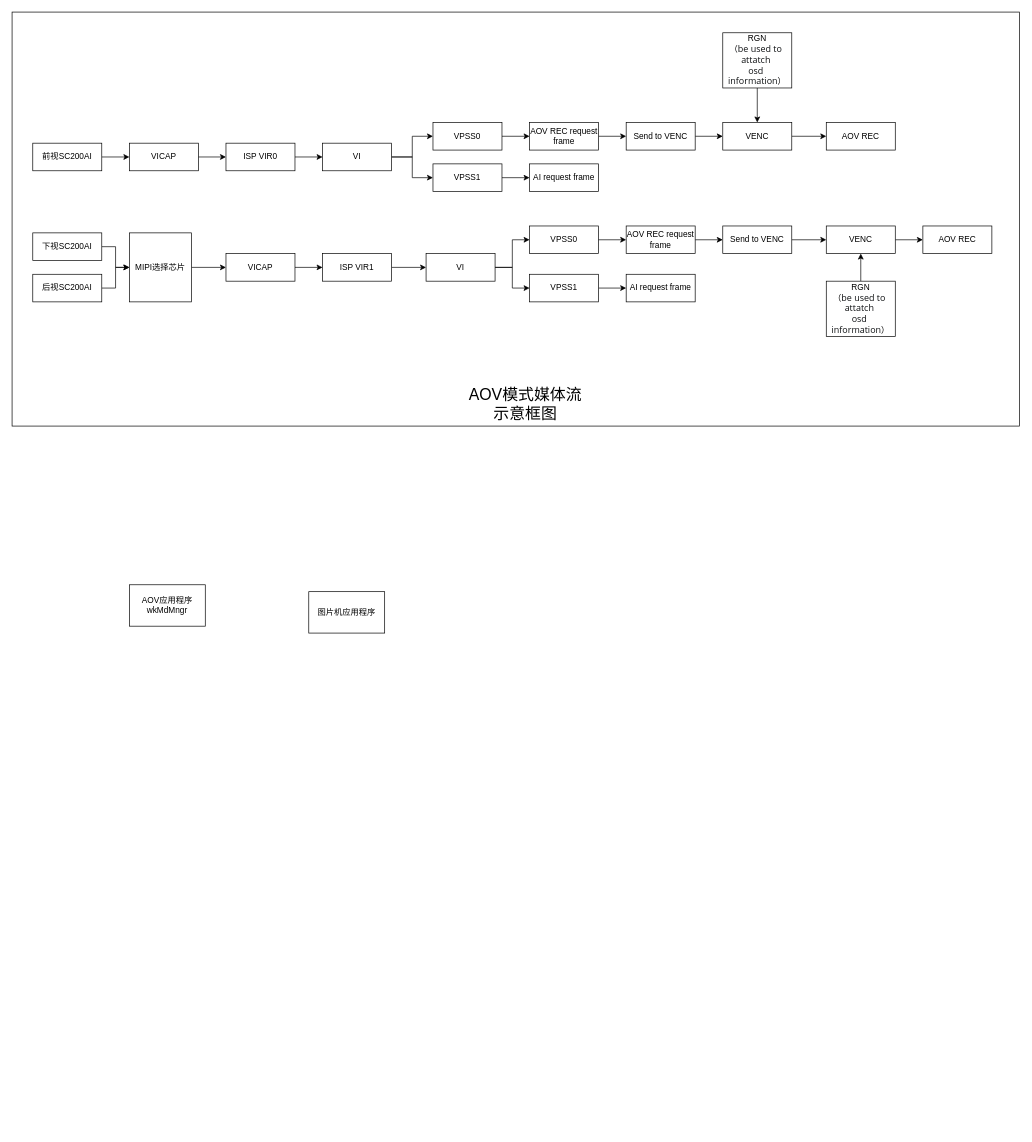
Above: 未命名绘图.drawio in WilliamChenGitHub/drawio (draw.io), before the change. Source tidied: cells renumbered, new cells numbered last; positions are measured from the earlier drawing's top-left corner, leaving out a move shared by most shapes. Both pictures are drawn from the tidied source at 69%, with x=0, y=0 at pixel (12, 12).
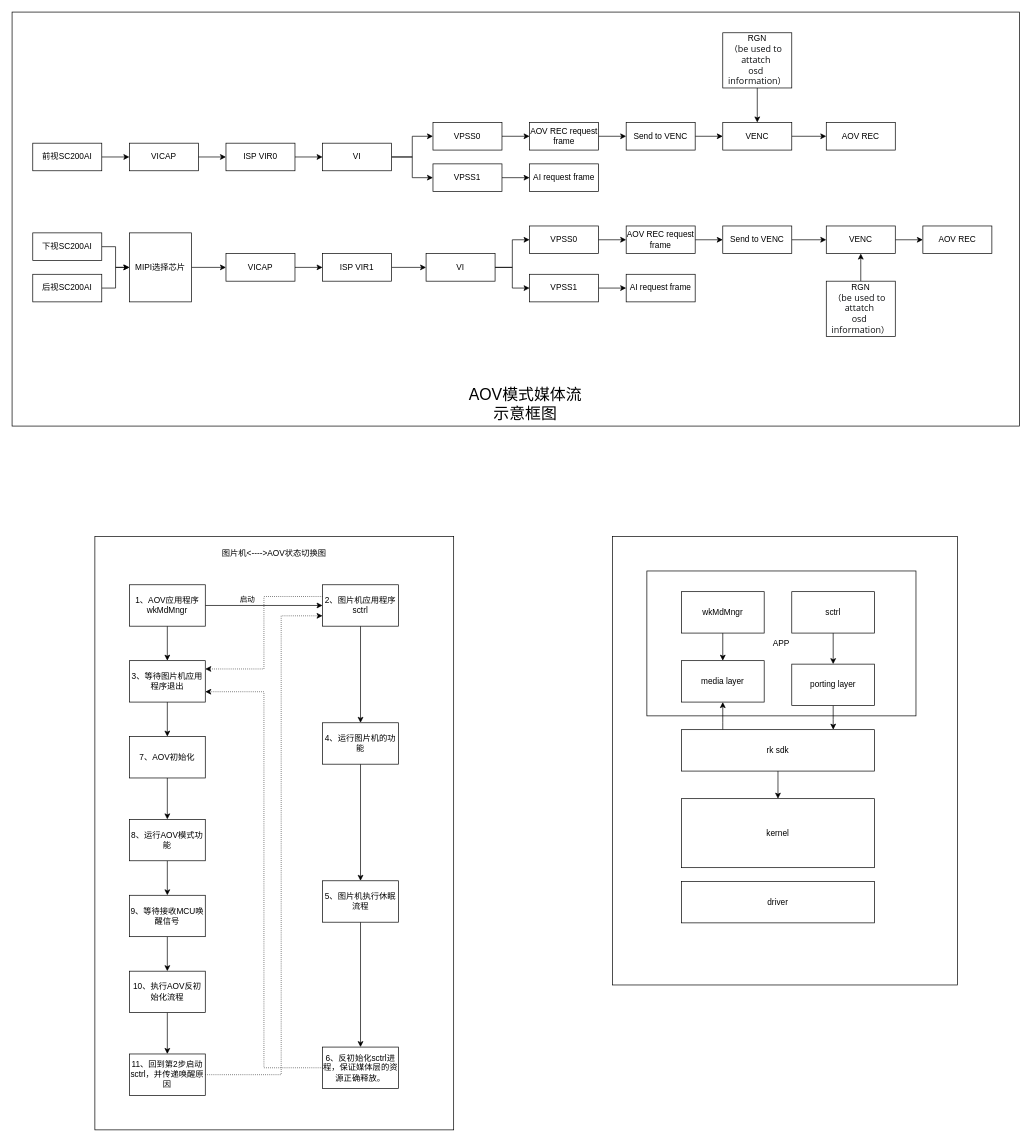
After the change.

Commit message:
更新未命名绘图.drawio

Change to the diagram source:
```diff
@@
+    <mxCell id="56" style="rounded=0;whiteSpace=wrap;html=1;" parent="1" vertex="1">
+      <mxGeometry x="870" y="760" width="500" height="650" as="geometry" />
+    </mxCell>
+    <mxCell id="57" value="APP" style="rounded=0;whiteSpace=wrap;html=1;" parent="1" vertex="1">
+      <mxGeometry x="920" y="810" width="390" height="210" as="geometry" />
+    </mxCell>
+    <mxCell id="58" style="rounded=0;whiteSpace=wrap;html=1;" parent="1" vertex="1">
+      <mxGeometry x="120" y="760" width="520" height="860" as="geometry" />
+    </mxCell>
@@
+    <mxCell id="59" style="edgeStyle=orthogonalEdgeStyle;rounded=0;jettySize=auto;html=1;" parent="1" edge="1" source="54" target="67">
+      <mxGeometry relative="1" as="geometry" />
+    </mxCell>
+    <mxCell id="60" style="edgeStyle=orthogonalEdgeStyle;rounded=0;orthogonalLoop=1;jettySize=auto;html=1;entryX=1;entryY=0.25;entryDx=0;entryDy=0;dashed=1;dashPattern=1 2;" parent="1" edge="1">
+      <mxGeometry relative="1" as="geometry">
+        <mxPoint x="450" y="847" as="sourcePoint" />
+        <mxPoint x="280" y="952" as="targetPoint" />
+        <Array as="points">
+          <mxPoint x="365" y="847" />
+          <mxPoint x="365" y="952" />
+        </Array>
+      </mxGeometry>
+    </mxCell>
-    <mxCell id="54" value="图片机应用程序" style="rounded=0;whiteSpace=wrap;html=1;" parent="1" vertex="1">
-      <mxGeometry x="430" y="840" width="110" height="60" as="geometry" />
+    <mxCell id="54" value="2、图片机应用程序&lt;div&gt;sctrl&lt;/div&gt;" style="rounded=0;whiteSpace=wrap;html=1;" parent="1" vertex="1">
+      <mxGeometry x="450" y="830" width="110" height="60" as="geometry" />
     </mxCell>
+    <mxCell id="61" style="edgeStyle=orthogonalEdgeStyle;rounded=0;jettySize=auto;html=1;" parent="1" edge="1" source="55" target="65">
+      <mxGeometry relative="1" as="geometry" />
+    </mxCell>
+    <mxCell id="62" style="edgeStyle=orthogonalEdgeStyle;rounded=0;jettySize=auto;html=1;" parent="1" edge="1" source="55" target="54">
+      <mxGeometry relative="1" as="geometry" />
+    </mxCell>
+    <mxCell id="63" value="启动" style="edgeLabel;html=1;align=center;verticalAlign=middle;" parent="62" vertex="1">
+      <mxGeometry x="-0.07" y="1" relative="1" as="geometry">
+        <mxPoint x="-19" y="-9" as="offset" />
+      </mxGeometry>
+    </mxCell>
-    <mxCell id="55" value="AOV应用程序wkMdMngr" style="rounded=0;whiteSpace=wrap;html=1;" parent="1" vertex="1">
+    <mxCell id="55" value="1、AOV应用程序wkMdMngr" style="rounded=0;whiteSpace=wrap;html=1;" parent="1" vertex="1">
       <mxGeometry x="170" y="830" width="110" height="60" as="geometry" />
     </mxCell>
+    <mxCell id="64" style="edgeStyle=orthogonalEdgeStyle;rounded=0;jettySize=auto;html=1;" parent="1" edge="1" source="65" target="73">
+      <mxGeometry relative="1" as="geometry" />
+    </mxCell>
+    <mxCell id="65" value="3、等待图片机应用程序退出" style="rounded=0;whiteSpace=wrap;html=1;" parent="1" vertex="1">
+      <mxGeometry x="170" y="940" width="110" height="60" as="geometry" />
+    </mxCell>
+    <mxCell id="66" style="edgeStyle=orthogonalEdgeStyle;rounded=0;jettySize=auto;html=1;exitX=0.5;exitY=1;exitDx=0;exitDy=0;" parent="1" edge="1" source="67" target="69">
+      <mxGeometry relative="1" as="geometry" />
+    </mxCell>
+    <mxCell id="67" value="4、运行图片机的功能" style="rounded=0;whiteSpace=wrap;html=1;" parent="1" vertex="1">
+      <mxGeometry x="450" y="1030" width="110" height="60" as="geometry" />
+    </mxCell>
+    <mxCell id="68" style="edgeStyle=orthogonalEdgeStyle;rounded=0;jettySize=auto;html=1;" parent="1" edge="1" source="69" target="71">
+      <mxGeometry relative="1" as="geometry" />
+    </mxCell>
+    <mxCell id="69" value="5、图片机执行休眠流程" style="rounded=0;whiteSpace=wrap;html=1;" parent="1" vertex="1">
+      <mxGeometry x="450" y="1259" width="110" height="60" as="geometry" />
+    </mxCell>
+    <mxCell id="70" style="edgeStyle=orthogonalEdgeStyle;rounded=0;jettySize=auto;html=1;entryX=1;entryY=0.75;entryDx=0;entryDy=0;dashed=1;dashPattern=1 2;" parent="1" edge="1" source="71" target="65">
+      <mxGeometry relative="1" as="geometry" />
+    </mxCell>
+    <mxCell id="71" value="6、反初始化sctrl进程，保证媒体层的资源正确释放。" style="rounded=0;whiteSpace=wrap;html=1;" parent="1" vertex="1">
+      <mxGeometry x="450" y="1500" width="110" height="60" as="geometry" />
+    </mxCell>
+    <mxCell id="72" style="edgeStyle=orthogonalEdgeStyle;rounded=0;jettySize=auto;html=1;" parent="1" edge="1" source="73" target="75">
+      <mxGeometry relative="1" as="geometry" />
+    </mxCell>
+    <mxCell id="73" value="7、AOV初始化" style="rounded=0;whiteSpace=wrap;html=1;" parent="1" vertex="1">
+      <mxGeometry x="170" y="1050" width="110" height="60" as="geometry" />
+    </mxCell>
+    <mxCell id="74" style="edgeStyle=orthogonalEdgeStyle;rounded=0;jettySize=auto;html=1;" parent="1" edge="1" source="75" target="77">
+      <mxGeometry relative="1" as="geometry" />
+    </mxCell>
+    <mxCell id="75" value="8、运行AOV模式功能" style="rounded=0;whiteSpace=wrap;html=1;" parent="1" vertex="1">
+      <mxGeometry x="170" y="1170" width="110" height="60" as="geometry" />
+    </mxCell>
+    <mxCell id="76" style="edgeStyle=orthogonalEdgeStyle;rounded=0;jettySize=auto;html=1;" parent="1" edge="1" source="77" target="79">
+      <mxGeometry relative="1" as="geometry" />
+    </mxCell>
+    <mxCell id="77" value="9、等待接收MCU唤醒信号" style="rounded=0;whiteSpace=wrap;html=1;" parent="1" vertex="1">
+      <mxGeometry x="170" y="1280" width="110" height="60" as="geometry" />
+    </mxCell>
+    <mxCell id="78" style="edgeStyle=orthogonalEdgeStyle;rounded=0;jettySize=auto;html=1;" parent="1" edge="1" source="79" target="81">
+      <mxGeometry relative="1" as="geometry" />
+    </mxCell>
+    <mxCell id="79" value="10、执行AOV反初始化流程" style="rounded=0;whiteSpace=wrap;html=1;" parent="1" vertex="1">
+      <mxGeometry x="170" y="1390" width="110" height="60" as="geometry" />
+    </mxCell>
+    <mxCell id="80" style="edgeStyle=orthogonalEdgeStyle;rounded=0;jettySize=auto;html=1;entryX=0;entryY=0.75;entryDx=0;entryDy=0;dashed=1;dashPattern=1 2;" parent="1" edge="1" source="81" target="54">
+      <mxGeometry relative="1" as="geometry">
+        <Array as="points">
+          <mxPoint x="390" y="1540" />
+          <mxPoint x="390" y="875" />
+        </Array>
+      </mxGeometry>
+    </mxCell>
+    <mxCell id="81" value="11、回到第2步启动sctrl，并传递唤醒原因" style="rounded=0;whiteSpace=wrap;html=1;" parent="1" vertex="1">
+      <mxGeometry x="170" y="1510" width="110" height="60" as="geometry" />
+    </mxCell>
+    <mxCell id="82" value="图片机&amp;lt;----&amp;gt;AOV状态切换图" style="text;html=1;align=center;verticalAlign=middle;whiteSpace=wrap;rounded=0;" parent="1" vertex="1">
+      <mxGeometry x="300" y="770" width="160" height="30" as="geometry" />
+    </mxCell>
+    <mxCell id="83" style="edgeStyle=orthogonalEdgeStyle;rounded=0;jettySize=auto;html=1;" parent="1" edge="1" source="84" target="87">
+      <mxGeometry relative="1" as="geometry" />
+    </mxCell>
+    <mxCell id="84" value="wkMdMngr" style="rounded=0;whiteSpace=wrap;html=1;" parent="1" vertex="1">
+      <mxGeometry x="970" y="840" width="120" height="60" as="geometry" />
+    </mxCell>
+    <mxCell id="85" style="edgeStyle=orthogonalEdgeStyle;rounded=0;jettySize=auto;html=1;" parent="1" edge="1" source="86" target="92">
+      <mxGeometry relative="1" as="geometry" />
+    </mxCell>
+    <mxCell id="86" value="sctrl" style="rounded=0;whiteSpace=wrap;html=1;" parent="1" vertex="1">
+      <mxGeometry x="1130" y="840" width="120" height="60" as="geometry" />
+    </mxCell>
+    <mxCell id="87" value="media layer" style="rounded=0;whiteSpace=wrap;html=1;" parent="1" vertex="1">
+      <mxGeometry x="970" y="940" width="120" height="60" as="geometry" />
+    </mxCell>
+    <mxCell id="88" style="edgeStyle=orthogonalEdgeStyle;rounded=0;jettySize=auto;html=1;" parent="1" edge="1" source="90" target="87">
+      <mxGeometry relative="1" as="geometry">
+        <Array as="points">
+          <mxPoint x="1030" y="1030" />
+          <mxPoint x="1030" y="1030" />
+        </Array>
+      </mxGeometry>
+    </mxCell>
+    <mxCell id="89" style="edgeStyle=orthogonalEdgeStyle;rounded=0;jettySize=auto;html=1;" parent="1" edge="1" source="90" target="93">
+      <mxGeometry relative="1" as="geometry" />
+    </mxCell>
+    <mxCell id="90" value="rk sdk" style="rounded=0;whiteSpace=wrap;html=1;" parent="1" vertex="1">
+      <mxGeometry x="970" y="1040" width="280" height="60" as="geometry" />
+    </mxCell>
+    <mxCell id="91" style="edgeStyle=orthogonalEdgeStyle;rounded=0;jettySize=auto;html=1;" parent="1" edge="1" source="92">
+      <mxGeometry relative="1" as="geometry">
+        <mxPoint x="1190.1" y="1040" as="targetPoint" />
+      </mxGeometry>
+    </mxCell>
+    <mxCell id="92" value="porting layer" style="rounded=0;whiteSpace=wrap;html=1;" parent="1" vertex="1">
+      <mxGeometry x="1130" y="945" width="120" height="60" as="geometry" />
+    </mxCell>
+    <mxCell id="93" value="kernel" style="rounded=0;whiteSpace=wrap;html=1;" parent="1" vertex="1">
+      <mxGeometry x="970" y="1140" width="280" height="100" as="geometry" />
+    </mxCell>
+    <mxCell id="94" value="driver" style="rounded=0;whiteSpace=wrap;html=1;" parent="1" vertex="1">
+      <mxGeometry x="970" y="1260" width="280" height="60" as="geometry" />
+    </mxCell>
```
